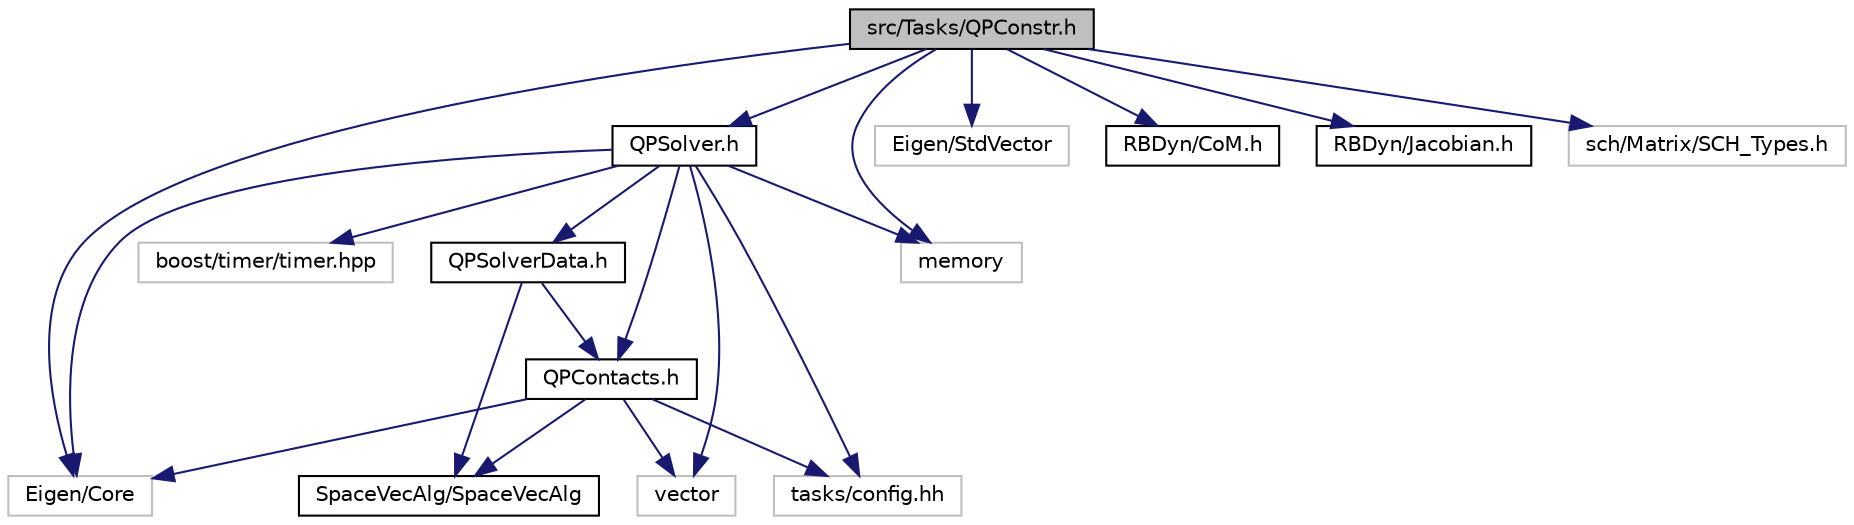
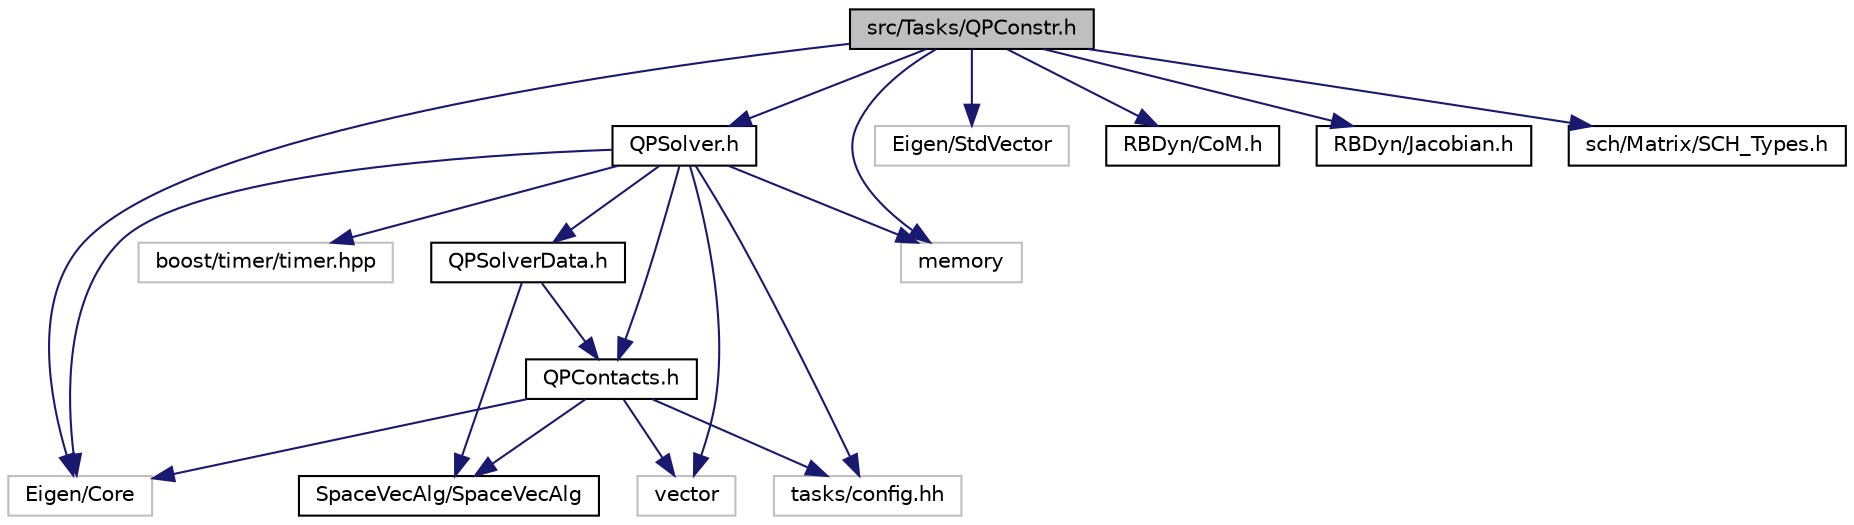
digraph "src/Tasks/QPConstr.h"
{
 // LATEX_PDF_SIZE
  edge [fontname="Helvetica",fontsize="10",labelfontname="Helvetica",labelfontsize="10"];
  node [fontname="Helvetica",fontsize="10",shape=record];
  Node1 [label="src/Tasks/QPConstr.h",height=0.2,width=0.4,color="black", fillcolor="grey75", style="filled", fontcolor="black",tooltip=" "];
  Node1 -> Node2 [color="midnightblue",fontsize="10",style="solid",fontname="Helvetica"];
  Node2 [label="Eigen/Core",height=0.2,width=0.4,color="grey75", fillcolor="white", style="filled",tooltip=" "];
  Node1 -> Node3 [color="midnightblue",fontsize="10",style="solid",fontname="Helvetica"];
  Node3 [label="Eigen/StdVector",height=0.2,width=0.4,color="grey75", fillcolor="white", style="filled",tooltip=" "];
  Node1 -> Node4 [color="midnightblue",fontsize="10",style="solid",fontname="Helvetica"];
  Node4 [label="RBDyn/CoM.h",height=0.2,width=0.4,color="black", fillcolor="white", style="filled",URL="/usr/local/share/doc/RBDyn/doxygen-html/RBDyn.doxytag$CoM_8h.html.html",tooltip=" "];
  Node1 -> Node5 [color="midnightblue",fontsize="10",style="solid",fontname="Helvetica"];
  Node5 [label="RBDyn/Jacobian.h",height=0.2,width=0.4,color="black", fillcolor="white", style="filled",URL="/usr/local/share/doc/RBDyn/doxygen-html/RBDyn.doxytag$Jacobian_8h.html.html",tooltip=" "];
  Node1 -> Node6 [color="midnightblue",fontsize="10",style="solid",fontname="Helvetica"];
-   Node6 [label="sch/Matrix/SCH_Types.h",height=0.2,width=0.4,color="grey75", fillcolor="white", style="filled",tooltip=" "];
+   Node6 [label="sch/Matrix/SCH_Types.h",height=0.2,width=0.4,color="black", fillcolor="white", style="filled",URL="/usr/local/share/doc/sch-core/doxygen-html/sch-core.doxytag$SCH__Types_8h.html.html",tooltip=" "];
  Node1 -> Node7 [color="midnightblue",fontsize="10",style="solid",fontname="Helvetica"];
  Node7 [label="QPSolver.h",height=0.2,width=0.4,color="black", fillcolor="white", style="filled",URL="$QPSolver_8h.html",tooltip=" "];
  Node7 -> Node8 [color="midnightblue",fontsize="10",style="solid",fontname="Helvetica"];
  Node8 [label="memory",height=0.2,width=0.4,color="grey75", fillcolor="white", style="filled",tooltip=" "];
  Node7 -> Node9 [color="midnightblue",fontsize="10",style="solid",fontname="Helvetica"];
  Node9 [label="vector",height=0.2,width=0.4,color="grey75", fillcolor="white", style="filled",tooltip=" "];
  Node7 -> Node10 [color="midnightblue",fontsize="10",style="solid",fontname="Helvetica"];
  Node10 [label="boost/timer/timer.hpp",height=0.2,width=0.4,color="grey75", fillcolor="white", style="filled",tooltip=" "];
  Node7 -> Node2 [color="midnightblue",fontsize="10",style="solid",fontname="Helvetica"];
  Node7 -> Node11 [color="midnightblue",fontsize="10",style="solid",fontname="Helvetica"];
  Node11 [label="tasks/config.hh",height=0.2,width=0.4,color="grey75", fillcolor="white", style="filled",tooltip=" "];
  Node7 -> Node12 [color="midnightblue",fontsize="10",style="solid",fontname="Helvetica"];
  Node12 [label="QPContacts.h",height=0.2,width=0.4,color="black", fillcolor="white", style="filled",URL="$QPContacts_8h.html",tooltip=" "];
  Node12 -> Node9 [color="midnightblue",fontsize="10",style="solid",fontname="Helvetica"];
  Node12 -> Node2 [color="midnightblue",fontsize="10",style="solid",fontname="Helvetica"];
  Node12 -> Node11 [color="midnightblue",fontsize="10",style="solid",fontname="Helvetica"];
  Node12 -> Node13 [color="midnightblue",fontsize="10",style="solid",fontname="Helvetica"];
  Node13 [label="SpaceVecAlg/SpaceVecAlg",height=0.2,width=0.4,color="black", fillcolor="white", style="filled",URL="/usr/local/share/doc/SpaceVecAlg/doxygen-html/SpaceVecAlg.doxytag$SpaceVecAlg.html.html",tooltip=" "];
  Node7 -> Node14 [color="midnightblue",fontsize="10",style="solid",fontname="Helvetica"];
  Node14 [label="QPSolverData.h",height=0.2,width=0.4,color="black", fillcolor="white", style="filled",URL="$QPSolverData_8h.html",tooltip=" "];
  Node14 -> Node13 [color="midnightblue",fontsize="10",style="solid",fontname="Helvetica"];
  Node14 -> Node12 [color="midnightblue",fontsize="10",style="solid",fontname="Helvetica"];
  Node1 -> Node8 [color="midnightblue",fontsize="10",style="solid",fontname="Helvetica"];
}
